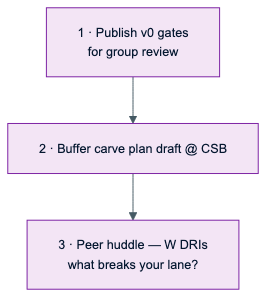
Before: assets/diagrams/b6/b6-slide07-next-steps.png, a diagram exported from Mermaid (upscale-ai-network/agent-template). Its source is kept beside it as assets/diagrams/b6/b6-slide07-next-steps.mmd.
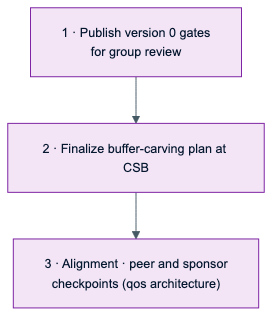
After the change.

What changed in the source:
```diff
@@ -1,8 +1,8 @@
 %%{init: {'theme': 'base', 'themeVariables': { 'fontSize': '13px'}}}%%
 flowchart TB
-  N1["1 · Publish v0 gates<br/>for group review"]
-  N2["2 · Buffer carve plan draft @ CSB"]
-  N3["3 · Peer huddle — W DRIs<br/>what breaks your lane?"]
+  N1["1 · Publish version 0 gates<br/>for group review"]
+  N2["2 · Finalize buffer-carving plan at CSB"]
+  N3["3 · Alignment · peer and sponsor<br/>checkpoints (qos architecture)"]
   N1 --> N2 --> N3
 
   classDef act fill:#F3E5F5,stroke:#7B1FA2,color:#051830
```
